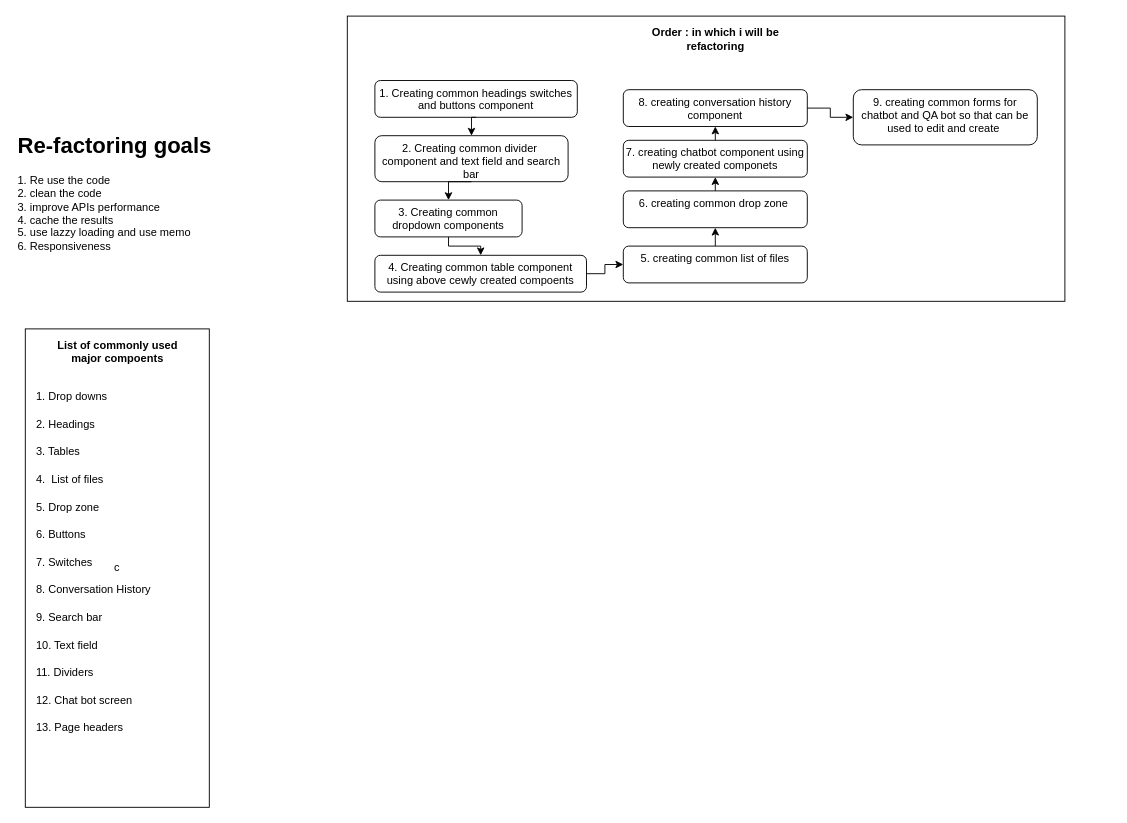
Above: components_base_ui.drawio in zeeshan-noname/draw.io (draw.io), before the change. Source tidied: cells renumbered, new cells numbered last; positions are measured from the earlier drawing's top-left corner, leaving out a move shared by most shapes. Both pictures are drawn from the tidied source at 92%, with x=0, y=0 at pixel (16, 16).
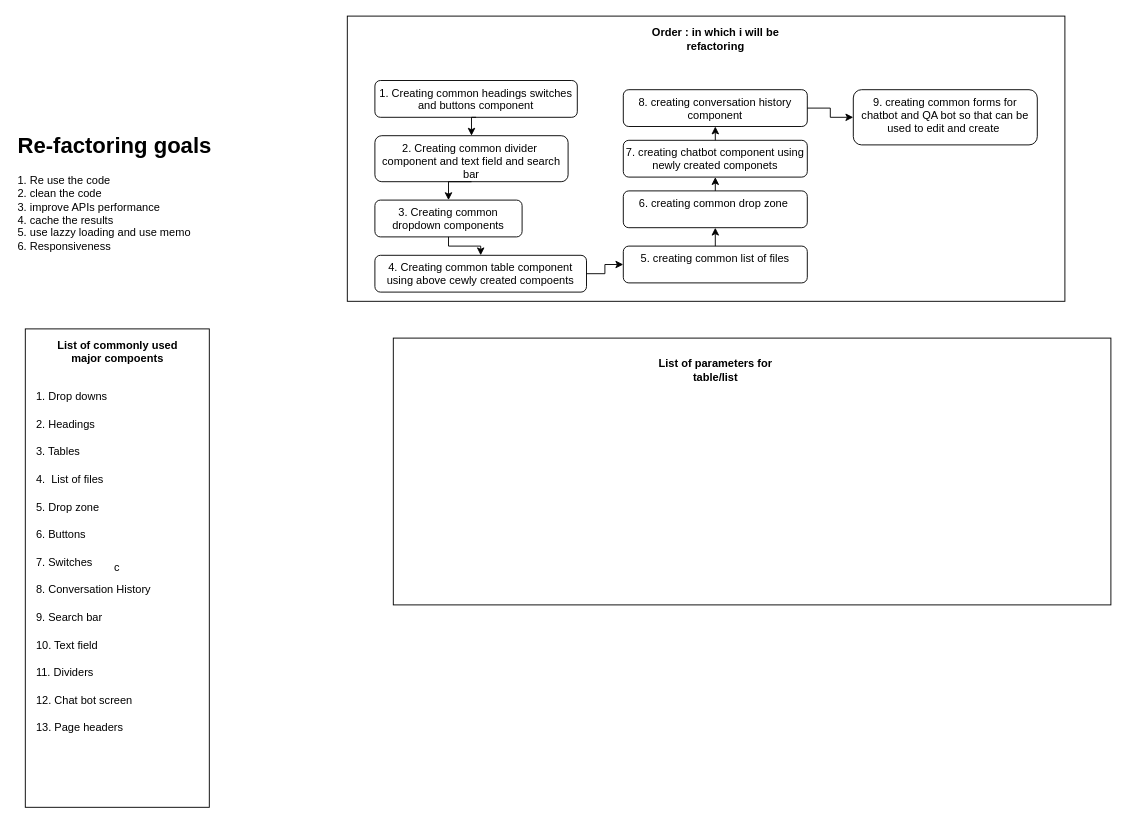
The same page after the edit.

Diff of the diagram source:
```diff
@@
+    <mxCell id="37" style="rounded=0;whiteSpace=wrap;html=1;fillColor=none;" parent="1" vertex="1">
+      <mxGeometry x="410" y="350" width="780" height="290" as="geometry" />
+    </mxCell>
+    <mxCell id="38" value="&lt;b&gt;List of parameters for table/list&lt;/b&gt;" style="text;html=1;align=center;verticalAlign=middle;whiteSpace=wrap;rounded=0;" parent="1" vertex="1">
+      <mxGeometry x="677.5" y="370" width="165" height="30" as="geometry" />
+    </mxCell>
```
